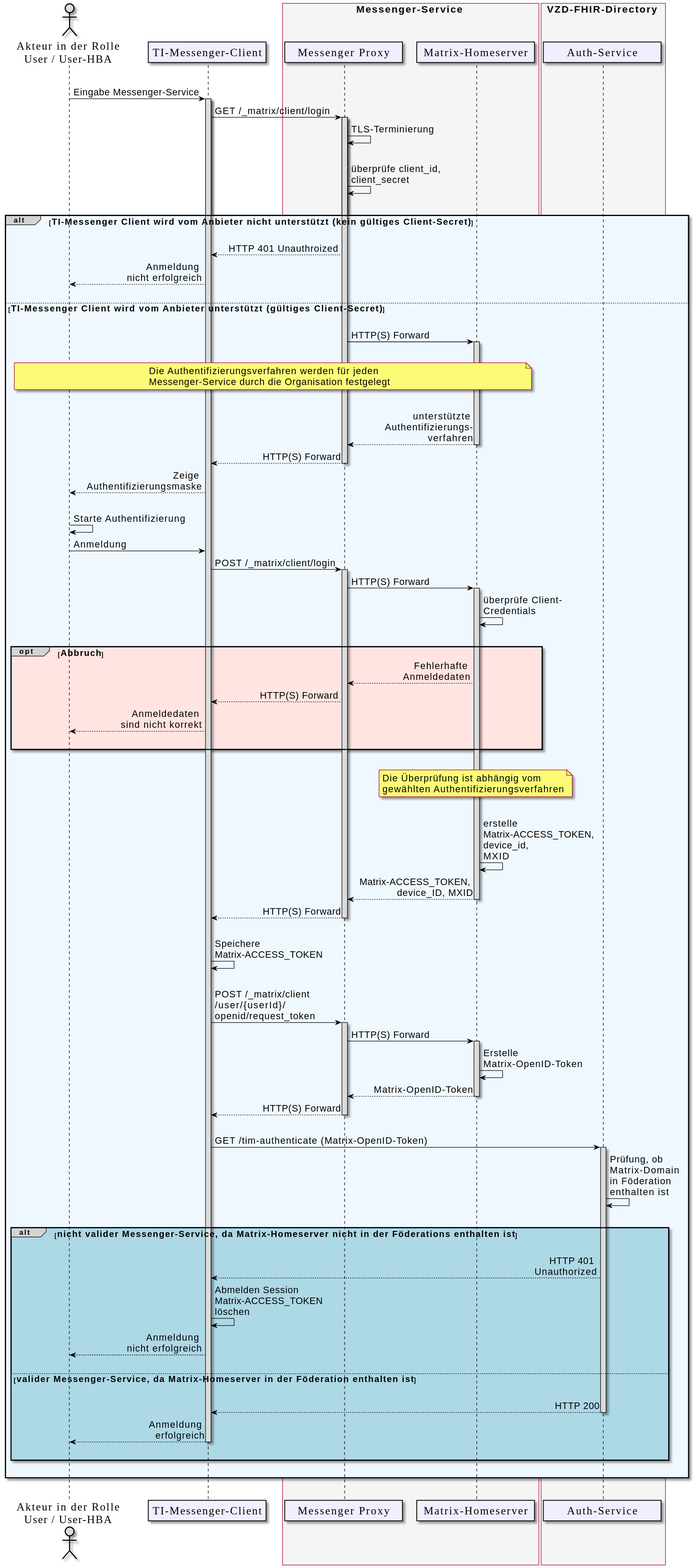
Above: images/diagrams/TI-Messenger-Dienst/Ressourcen/UC_10057_Seq.svg in gematik/api-ti-messenger (PlantUML), before the change.
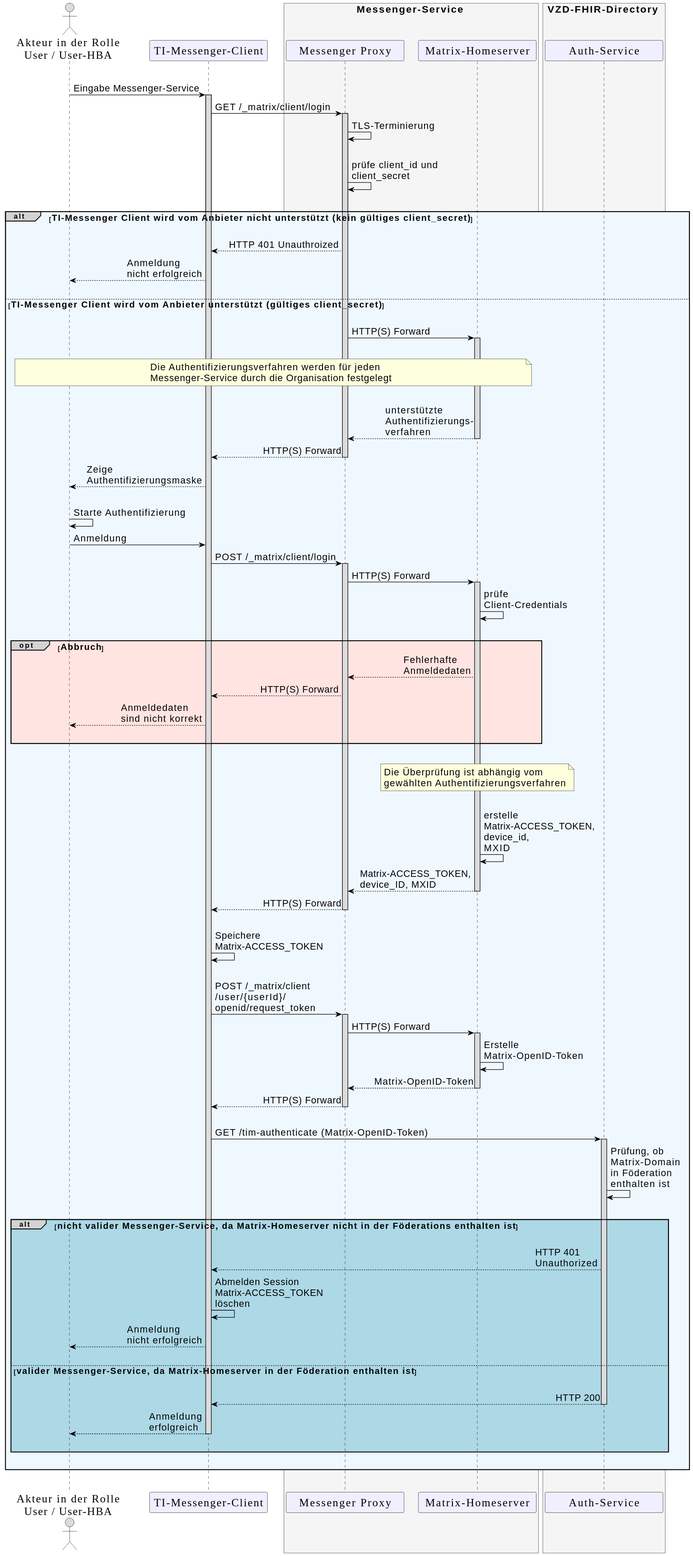
Above is the later version.

Change to the diagram source:
```diff
@@ -42,17 +42,17 @@
     Activate MP
   MP->MP: TLS-Terminierung
   |||
-  MP->MP: überprüfe client_id, \nclient_secret
+  MP->MP: prüfe client_id und \nclient_secret
 
 |||
-alt#LightGrey #AliceBlue <size:16>TI-Messenger Client wird vom Anbieter nicht unterstützt (kein gültiges Client-Secret)</size>
+alt#LightGrey #AliceBlue <size:16>TI-Messenger Client wird vom Anbieter nicht unterstützt (kein gültiges client_secret)</size>
 |||
 
   MP-->C: HTTP 401 Unauthroized
   C-->U: Anmeldung \nnicht erfolgreich
 
     |||
-    else <size:16>TI-Messenger Client wird vom Anbieter unterstützt  (gültiges Client-Secret)</size>
+    else <size:16>TI-Messenger Client wird vom Anbieter unterstützt  (gültiges client_secret)</size>
     |||
 
   MP->MH: HTTP(S) Forward
@@ -76,7 +76,7 @@
 
     MP->MH: HTTP(S) Forward
       Activate MH
-    MH->MH: überprüfe Client-\nCredentials
+    MH->MH: prüfe \nClient-Credentials
     |||
     opt#LightGrey #MistyRose <size:16>Abbruch</size>
       MH-->MP:Fehlerhafte \nAnmeldedaten
```
